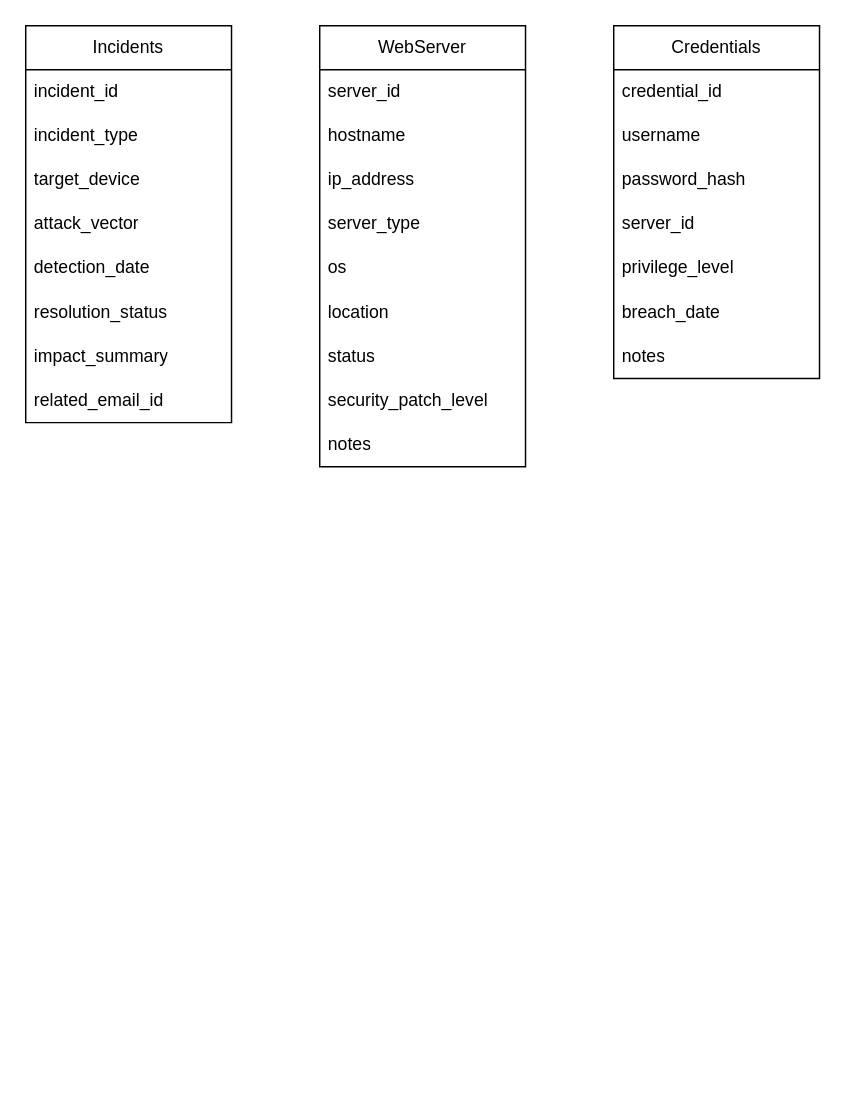
The draw.io diagram Python/DB-DoAn.drawio in TranKuBao/Try_hard_Code, before the edit. Source tidied: cells renumbered, new cells numbered last; positions are measured from the earlier drawing's top-left corner, leaving out a move shared by most shapes. Both pictures are drawn from the tidied source at 147%, with x=0, y=0 at pixel (25, 25).
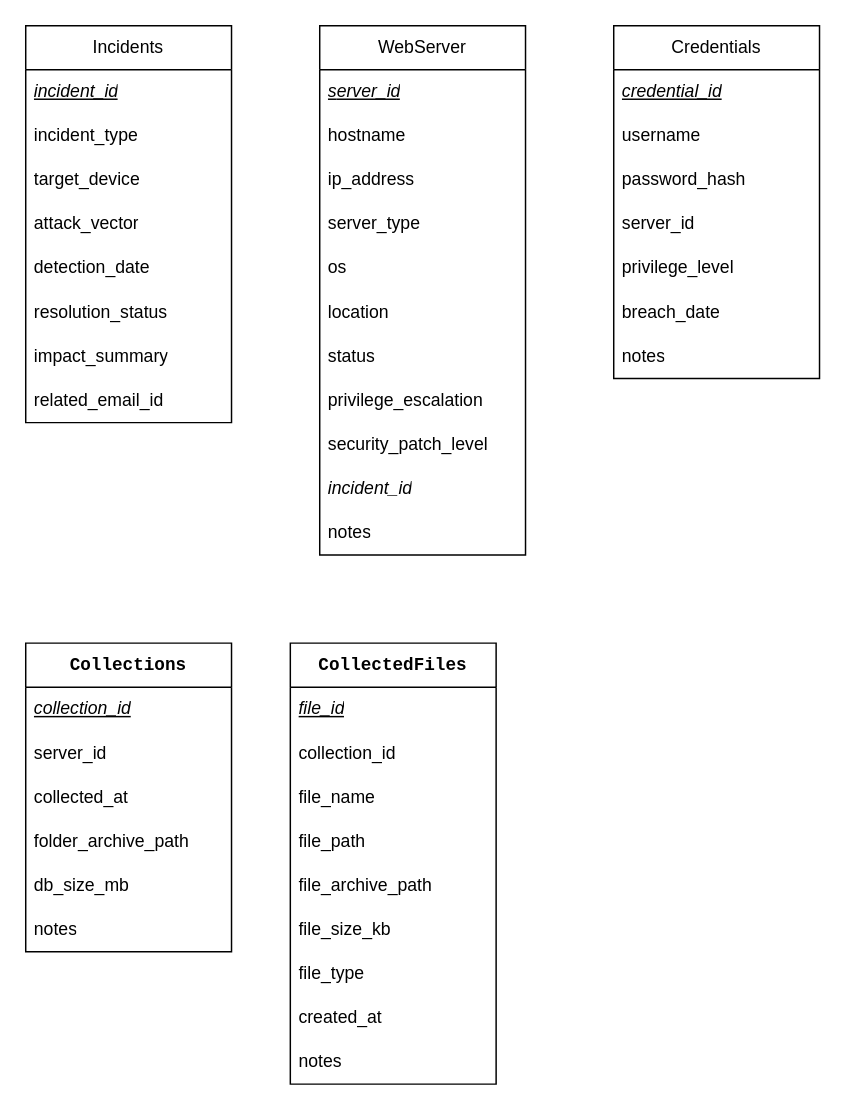
Above is the later version.

The change refers to these unchanged cells:
```xml
<mxCell id="12" value="Incidents" style="swimlane;fontStyle=0;horizontal=1;startSize=30;whiteSpace=wrap;html=1;" parent="1" vertex="1">
  <mxGeometry width="140" height="270" as="geometry" />
</mxCell>
<mxCell id="21" value="Credentials" style="swimlane;fontStyle=0;horizontal=1;startSize=30;whiteSpace=wrap;html=1;" parent="1" vertex="1">
  <mxGeometry x="400" width="140" height="240" as="geometry" />
</mxCell>
```

The edit, as a diff of the source:
```diff
@@
     <mxCell id="2" value="WebServer" style="swimlane;fontStyle=0;horizontal=1;startSize=30;whiteSpace=wrap;html=1;" parent="1" vertex="1">
-      <mxGeometry x="200" width="140" height="300" as="geometry" />
+      <mxGeometry x="200" width="140" height="360" as="geometry" />
     </mxCell>
-    <mxCell id="3" value="s&lt;span style=&quot;background-color: transparent; color: light-dark(rgb(0, 0, 0), rgb(255, 255, 255));&quot;&gt;erver_id&lt;/span&gt;" style="text;strokeColor=none;fillColor=none;align=left;verticalAlign=middle;spacingLeft=4;spacingRight=4;overflow=hidden;whiteSpace=wrap;html=1;" parent="2" vertex="1">
+    <mxCell id="3" value="&lt;u&gt;&lt;i&gt;s&lt;span style=&quot;background-color: transparent; color: light-dark(rgb(0, 0, 0), rgb(255, 255, 255));&quot;&gt;erver_id&lt;/span&gt;&lt;/i&gt;&lt;/u&gt;" style="text;strokeColor=none;fillColor=none;align=left;verticalAlign=middle;spacingLeft=4;spacingRight=4;overflow=hidden;whiteSpace=wrap;html=1;" parent="2" vertex="1">
       <mxGeometry y="30" width="140" height="30" as="geometry" />
     </mxCell>
@@
+    <mxCell id="29" value="privilege_escalation" style="text;strokeColor=none;fillColor=none;align=left;verticalAlign=middle;spacingLeft=4;spacingRight=4;overflow=hidden;whiteSpace=wrap;html=1;" parent="2" vertex="1">
+      <mxGeometry y="240" width="140" height="30" as="geometry" />
+    </mxCell>
     <mxCell id="10" value="security_patch_level" style="text;strokeColor=none;fillColor=none;align=left;verticalAlign=middle;spacingLeft=4;spacingRight=4;overflow=hidden;whiteSpace=wrap;html=1;" parent="2" vertex="1">
-      <mxGeometry y="240" width="140" height="30" as="geometry" />
+      <mxGeometry y="270" width="140" height="30" as="geometry" />
     </mxCell>
-    <mxCell id="11" value="notes" style="text;strokeColor=none;fillColor=none;align=left;verticalAlign=middle;spacingLeft=4;spacingRight=4;overflow=hidden;whiteSpace=wrap;html=1;" parent="2" vertex="1">
-      <mxGeometry y="270" width="140" height="30" as="geometry" />
+    <mxCell id="11" value="&lt;i&gt;incident_id&lt;/i&gt;" style="text;strokeColor=none;fillColor=none;align=left;verticalAlign=middle;spacingLeft=4;spacingRight=4;overflow=hidden;whiteSpace=wrap;html=1;" parent="2" vertex="1">
+      <mxGeometry y="300" width="140" height="30" as="geometry" />
     </mxCell>
+    <mxCell id="30" value="notes" style="text;strokeColor=none;fillColor=none;align=left;verticalAlign=middle;spacingLeft=4;spacingRight=4;overflow=hidden;whiteSpace=wrap;html=1;" parent="2" vertex="1">
+      <mxGeometry y="330" width="140" height="30" as="geometry" />
+    </mxCell>
@@
-    <mxCell id="13" value="incident_id" style="text;strokeColor=none;fillColor=none;align=left;verticalAlign=middle;spacingLeft=4;spacingRight=4;overflow=hidden;whiteSpace=wrap;html=1;" parent="12" vertex="1">
+    <mxCell id="13" value="&lt;u&gt;&lt;i&gt;incident_id&lt;/i&gt;&lt;/u&gt;" style="text;strokeColor=none;fillColor=none;align=left;verticalAlign=middle;spacingLeft=4;spacingRight=4;overflow=hidden;whiteSpace=wrap;html=1;" parent="12" vertex="1">
       <mxGeometry y="30" width="140" height="30" as="geometry" />
     </mxCell>
@@
-    <mxCell id="22" value="credential_id" style="text;strokeColor=none;fillColor=none;align=left;verticalAlign=middle;spacingLeft=4;spacingRight=4;overflow=hidden;whiteSpace=wrap;html=1;" parent="21" vertex="1">
+    <mxCell id="22" value="&lt;u&gt;&lt;i&gt;credential_id&lt;/i&gt;&lt;/u&gt;" style="text;strokeColor=none;fillColor=none;align=left;verticalAlign=middle;spacingLeft=4;spacingRight=4;overflow=hidden;whiteSpace=wrap;html=1;" parent="21" vertex="1">
       <mxGeometry y="30" width="140" height="30" as="geometry" />
     </mxCell>
@@
+    <mxCell id="31" value="&lt;strong&gt;&lt;code&gt;Collections&lt;/code&gt;&lt;/strong&gt;" style="swimlane;fontStyle=0;horizontal=1;startSize=30;whiteSpace=wrap;html=1;" parent="1" vertex="1">
+      <mxGeometry y="420" width="140" height="210" as="geometry" />
+    </mxCell>
+    <mxCell id="32" value="&lt;i&gt;&lt;u&gt;collection_id&lt;/u&gt;&lt;/i&gt;" style="text;strokeColor=none;fillColor=none;align=left;verticalAlign=middle;spacingLeft=4;spacingRight=4;overflow=hidden;whiteSpace=wrap;html=1;" parent="31" vertex="1">
+      <mxGeometry y="30" width="140" height="30" as="geometry" />
+    </mxCell>
+    <mxCell id="33" value="s&lt;span style=&quot;color: light-dark(rgb(0, 0, 0), rgb(255, 255, 255)); background-color: transparent;&quot;&gt;erver_id&lt;/span&gt;" style="text;strokeColor=none;fillColor=none;align=left;verticalAlign=middle;spacingLeft=4;spacingRight=4;overflow=hidden;whiteSpace=wrap;html=1;" parent="31" vertex="1">
+      <mxGeometry y="60" width="140" height="30" as="geometry" />
+    </mxCell>
+    <mxCell id="34" value="collected_at" style="text;strokeColor=none;fillColor=none;align=left;verticalAlign=middle;spacingLeft=4;spacingRight=4;overflow=hidden;whiteSpace=wrap;html=1;" parent="31" vertex="1">
+      <mxGeometry y="90" width="140" height="30" as="geometry" />
+    </mxCell>
+    <mxCell id="35" value="folder_archive_path" style="text;strokeColor=none;fillColor=none;align=left;verticalAlign=middle;spacingLeft=4;spacingRight=4;overflow=hidden;whiteSpace=wrap;html=1;" parent="31" vertex="1">
+      <mxGeometry y="120" width="140" height="30" as="geometry" />
+    </mxCell>
+    <mxCell id="36" value="db_size_mb" style="text;strokeColor=none;fillColor=none;align=left;verticalAlign=middle;spacingLeft=4;spacingRight=4;overflow=hidden;whiteSpace=wrap;html=1;" parent="31" vertex="1">
+      <mxGeometry y="150" width="140" height="30" as="geometry" />
+    </mxCell>
+    <mxCell id="37" value="notes" style="text;strokeColor=none;fillColor=none;align=left;verticalAlign=middle;spacingLeft=4;spacingRight=4;overflow=hidden;whiteSpace=wrap;html=1;" parent="31" vertex="1">
+      <mxGeometry y="180" width="140" height="30" as="geometry" />
+    </mxCell>
+    <mxCell id="38" value="&lt;strong&gt;&lt;code&gt;CollectedFiles&lt;/code&gt;&lt;/strong&gt;" style="swimlane;fontStyle=0;horizontal=1;startSize=30;whiteSpace=wrap;html=1;" parent="1" vertex="1">
+      <mxGeometry x="180" y="420" width="140" height="300" as="geometry" />
+    </mxCell>
+    <mxCell id="39" value="&lt;i&gt;&lt;u&gt;file_id&lt;/u&gt;&lt;/i&gt;" style="text;strokeColor=none;fillColor=none;align=left;verticalAlign=middle;spacingLeft=4;spacingRight=4;overflow=hidden;whiteSpace=wrap;html=1;" parent="38" vertex="1">
+      <mxGeometry y="30" width="140" height="30" as="geometry" />
+    </mxCell>
+    <mxCell id="40" value="collection_id" style="text;strokeColor=none;fillColor=none;align=left;verticalAlign=middle;spacingLeft=4;spacingRight=4;overflow=hidden;whiteSpace=wrap;html=1;" parent="38" vertex="1">
+      <mxGeometry y="60" width="140" height="30" as="geometry" />
+    </mxCell>
+    <mxCell id="41" value="file_name" style="text;strokeColor=none;fillColor=none;align=left;verticalAlign=middle;spacingLeft=4;spacingRight=4;overflow=hidden;whiteSpace=wrap;html=1;" parent="38" vertex="1">
+      <mxGeometry y="90" width="140" height="30" as="geometry" />
+    </mxCell>
+    <mxCell id="42" value="file_path" style="text;strokeColor=none;fillColor=none;align=left;verticalAlign=middle;spacingLeft=4;spacingRight=4;overflow=hidden;whiteSpace=wrap;html=1;" parent="38" vertex="1">
+      <mxGeometry y="120" width="140" height="30" as="geometry" />
+    </mxCell>
+    <mxCell id="43" value="file_archive_path" style="text;strokeColor=none;fillColor=none;align=left;verticalAlign=middle;spacingLeft=4;spacingRight=4;overflow=hidden;whiteSpace=wrap;html=1;" parent="38" vertex="1">
+      <mxGeometry y="150" width="140" height="30" as="geometry" />
+    </mxCell>
+    <mxCell id="44" value="file_size_kb" style="text;strokeColor=none;fillColor=none;align=left;verticalAlign=middle;spacingLeft=4;spacingRight=4;overflow=hidden;whiteSpace=wrap;html=1;" parent="38" vertex="1">
+      <mxGeometry y="180" width="140" height="30" as="geometry" />
+    </mxCell>
+    <mxCell id="45" value="file_type" style="text;strokeColor=none;fillColor=none;align=left;verticalAlign=middle;spacingLeft=4;spacingRight=4;overflow=hidden;whiteSpace=wrap;html=1;" parent="38" vertex="1">
+      <mxGeometry y="210" width="140" height="30" as="geometry" />
+    </mxCell>
+    <mxCell id="46" value="created_at" style="text;strokeColor=none;fillColor=none;align=left;verticalAlign=middle;spacingLeft=4;spacingRight=4;overflow=hidden;whiteSpace=wrap;html=1;" parent="38" vertex="1">
+      <mxGeometry y="240" width="140" height="30" as="geometry" />
+    </mxCell>
+    <mxCell id="47" value="notes" style="text;strokeColor=none;fillColor=none;align=left;verticalAlign=middle;spacingLeft=4;spacingRight=4;overflow=hidden;whiteSpace=wrap;html=1;" parent="38" vertex="1">
+      <mxGeometry y="270" width="140" height="30" as="geometry" />
+    </mxCell>
```
